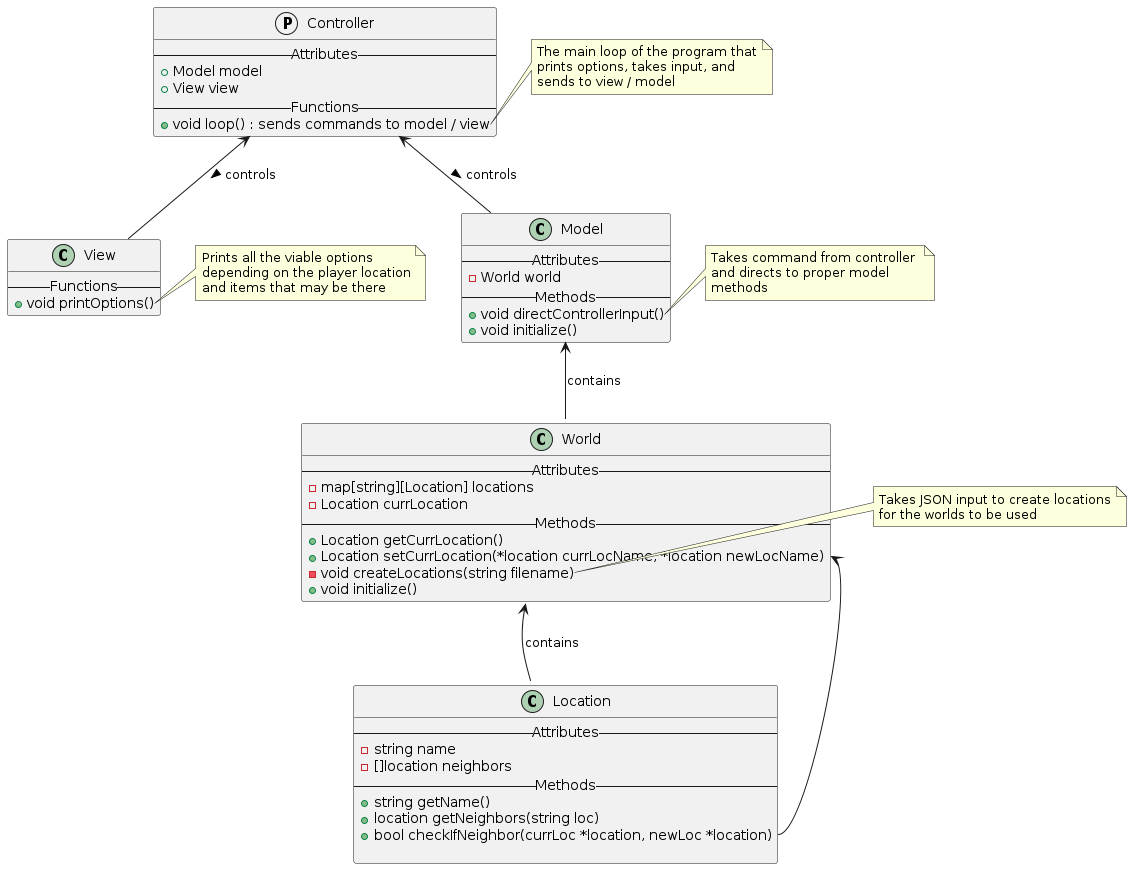
Before: class_diagram.png, a diagram exported from PlantUML (Charlemagne44/GoAdventure).
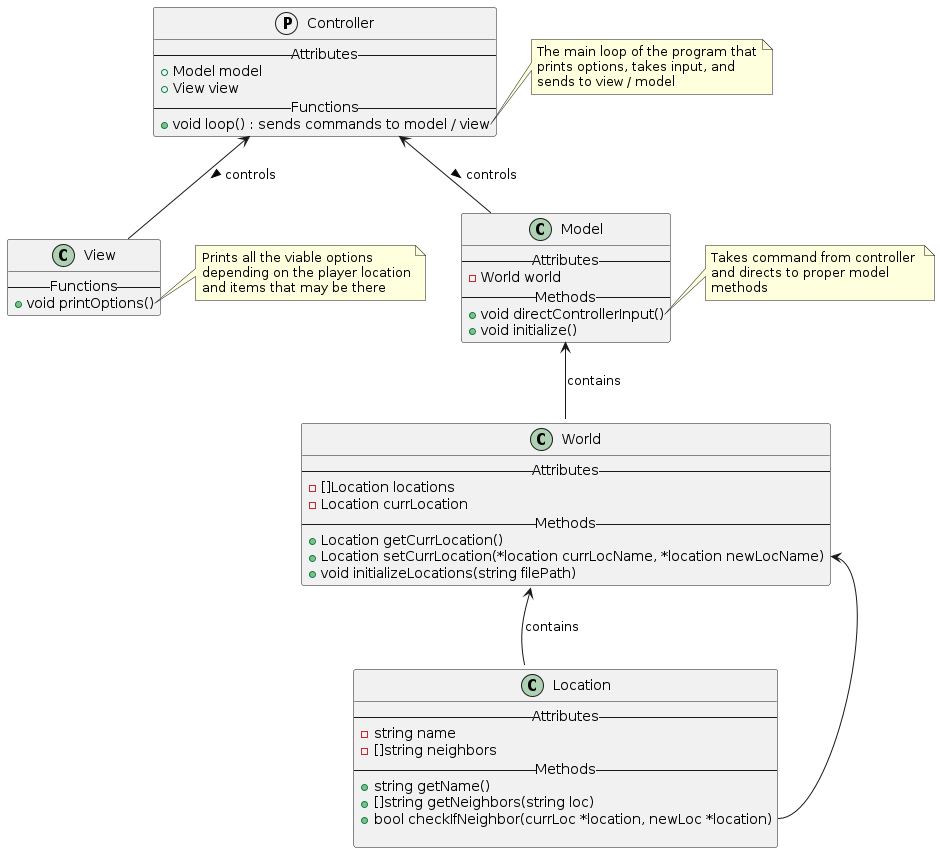
The same diagram one commit later.

Commit message:
Redo location neighbors to contain strings of name

Diff of the diagram source:
```diff
@@ -35,13 +35,12 @@
 
 class World {
     --Attributes--
-    - map[string][Location] locations
+    - []Location locations
     - Location currLocation
     --Methods--
     + Location getCurrLocation()
     + Location setCurrLocation(*location currLocName, *location newLocName)
-    - void createLocations(string filename)
-    + void initialize()
+    + void initializeLocations(string filePath)
 }
 note right of World::createLocations
     Takes JSON input to create locations
@@ -51,10 +50,10 @@
 class Location {
     --Attributes--
     - string name
-    - []location neighbors
+    - []string neighbors
     --Methods--
     + string getName()
-    + location getNeighbors(string loc)
+    + []string getNeighbors(string loc)
     + bool checkIfNeighbor(currLoc *location, newLoc *location)
 
 }
```
